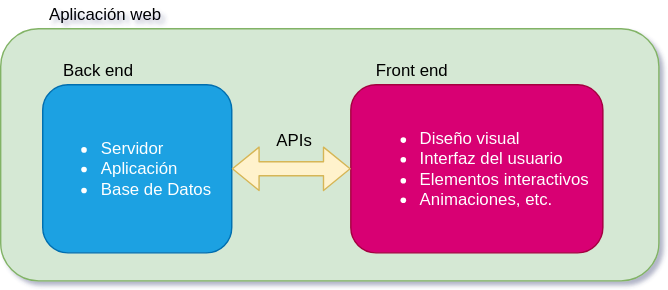
Before: client/src/webdev_diagram.svg, a diagram exported from draw.io (carlosvq1337/webdev-web-app). Source tidied: cells renumbered, new cells last; positions are measured from the earlier drawing's top-left corner, leaving out a move shared by most shapes.
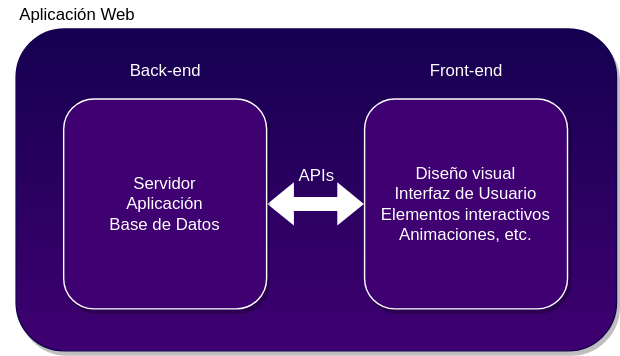
Above is the later version.

Change to the diagram source:
```diff
@@ -2,29 +2,29 @@
   <root>
     <mxCell id="0" />
     <mxCell id="1" parent="0" />
-    <mxCell id="2" style="rounded=1;whiteSpace=wrap;html=1;fillColor=#d5e8d4;strokeColor=#82b366;" parent="1" vertex="1">
-      <mxGeometry y="20" width="470" height="180" as="geometry" />
+    <mxCell id="2" style="rounded=1;whiteSpace=wrap;html=1;shadow=1;glass=0;sketch=0;strokeColor=#150050;fillColor=#150050;gradientColor=#3F0071;" parent="1" vertex="1">
+      <mxGeometry x="901" y="430" width="429" height="230" as="geometry" />
     </mxCell>
-    <mxCell id="3" value="Aplicación web" style="text;html=1;strokeColor=none;fillColor=none;align=center;verticalAlign=middle;whiteSpace=wrap;rounded=0;" parent="1" vertex="1">
-      <mxGeometry x="30" width="90" height="20" as="geometry" />
+    <mxCell id="3" value="Aplicación Web" style="text;html=1;strokeColor=none;fillColor=none;align=center;verticalAlign=middle;whiteSpace=wrap;rounded=0;shadow=1;glass=0;sketch=0;" parent="1" vertex="1">
+      <mxGeometry x="890" y="410" width="110" height="20" as="geometry" />
     </mxCell>
-    <mxCell id="4" value="&lt;ul&gt;&lt;li&gt;Servidor&lt;/li&gt;&lt;li&gt;Aplicación&lt;/li&gt;&lt;li&gt;Base de Datos&lt;/li&gt;&lt;/ul&gt;" style="rounded=1;whiteSpace=wrap;html=1;fillColor=#1ba1e2;strokeColor=#006EAF;fontColor=#ffffff;align=left;" parent="1" vertex="1">
-      <mxGeometry x="30" y="60" width="135" height="120" as="geometry" />
+    <mxCell id="4" style="shape=flexArrow;endArrow=classic;startArrow=classic;html=1;fillColor=#ffffff;strokeColor=none;exitX=1;exitY=0.5;exitDx=0;exitDy=0;entryX=0;entryY=0.5;entryDx=0;entryDy=0;" parent="1" edge="1" source="7" target="8">
+      <mxGeometry relative="1" as="geometry" />
     </mxCell>
-    <mxCell id="5" value="&lt;ul&gt;&lt;li style=&quot;text-align: left&quot;&gt;Diseño visual&lt;/li&gt;&lt;li style=&quot;text-align: left&quot;&gt;Interfaz del usuario&lt;/li&gt;&lt;li style=&quot;text-align: left&quot;&gt;Elementos interactivos&lt;/li&gt;&lt;li style=&quot;text-align: left&quot;&gt;Animaciones, etc.&lt;/li&gt;&lt;/ul&gt;" style="rounded=1;whiteSpace=wrap;html=1;fillColor=#d80073;strokeColor=#A50040;fontColor=#ffffff;" parent="1" vertex="1">
-      <mxGeometry x="250" y="60" width="180" height="120" as="geometry" />
+    <mxCell id="5" value="&lt;font color=&quot;#ffffff&quot;&gt;Back-end&lt;/font&gt;" style="text;html=1;strokeColor=none;fillColor=none;align=center;verticalAlign=middle;whiteSpace=wrap;rounded=0;shadow=1;glass=0;sketch=0;" parent="1" vertex="1">
+      <mxGeometry x="927.5" y="450" width="160" height="20" as="geometry" />
     </mxCell>
-    <mxCell id="6" style="shape=flexArrow;endArrow=classic;startArrow=classic;html=1;exitX=1;exitY=0.5;exitDx=0;exitDy=0;entryX=0;entryY=0.5;entryDx=0;entryDy=0;fillColor=#fff2cc;strokeColor=#d6b656;" parent="1" edge="1" source="4" target="5">
-      <mxGeometry relative="1" as="geometry" />
+    <mxCell id="6" value="&lt;font color=&quot;#ffffff&quot;&gt;Front-end&lt;/font&gt;" style="text;html=1;strokeColor=none;fillColor=none;align=center;verticalAlign=middle;whiteSpace=wrap;rounded=0;shadow=1;glass=0;sketch=0;" parent="1" vertex="1">
+      <mxGeometry x="1142.5" y="450" width="160" height="20" as="geometry" />
     </mxCell>
-    <mxCell id="7" value="Back end" style="text;html=1;strokeColor=none;fillColor=none;align=center;verticalAlign=middle;whiteSpace=wrap;rounded=0;" parent="1" vertex="1">
-      <mxGeometry x="40" y="40" width="60" height="20" as="geometry" />
+    <mxCell id="7" value="&lt;font color=&quot;#ffffff&quot;&gt;Servidor&lt;br&gt;Aplicación&lt;br&gt;Base de Datos&lt;br&gt;&lt;/font&gt;" style="rounded=1;whiteSpace=wrap;html=1;shadow=1;glass=0;sketch=0;fillColor=#3F0071;strokeColor=#ffff;" parent="1" vertex="1">
+      <mxGeometry x="935" y="480" width="145" height="150" as="geometry" />
     </mxCell>
-    <mxCell id="8" value="Front end" style="text;html=1;strokeColor=none;fillColor=none;align=center;verticalAlign=middle;whiteSpace=wrap;rounded=0;" parent="1" vertex="1">
-      <mxGeometry x="264" y="40" width="60" height="20" as="geometry" />
+    <mxCell id="8" value="&lt;font color=&quot;#ffffff&quot;&gt;Diseño visual&lt;br&gt;Interfaz de Usuario&lt;br&gt;Elementos interactivos&lt;br&gt;Animaciones, etc.&lt;br&gt;&lt;/font&gt;" style="rounded=1;whiteSpace=wrap;html=1;shadow=1;glass=0;sketch=0;fillColor=#3F0071;strokeColor=#ffff;" parent="1" vertex="1">
+      <mxGeometry x="1150" y="480" width="145" height="150" as="geometry" />
     </mxCell>
-    <mxCell id="9" value="APIs" style="text;html=1;strokeColor=none;fillColor=none;align=center;verticalAlign=middle;whiteSpace=wrap;rounded=0;" parent="1" vertex="1">
-      <mxGeometry x="190" y="90" width="40" height="20" as="geometry" />
+    <mxCell id="9" value="&lt;font color=&quot;#ffffff&quot;&gt;APIs&lt;/font&gt;" style="text;html=1;strokeColor=none;fillColor=none;align=center;verticalAlign=middle;whiteSpace=wrap;rounded=0;shadow=1;glass=0;sketch=0;" parent="1" vertex="1">
+      <mxGeometry x="1035.5" y="525" width="160" height="20" as="geometry" />
     </mxCell>
   </root>
 </mxGraphModel>
```
